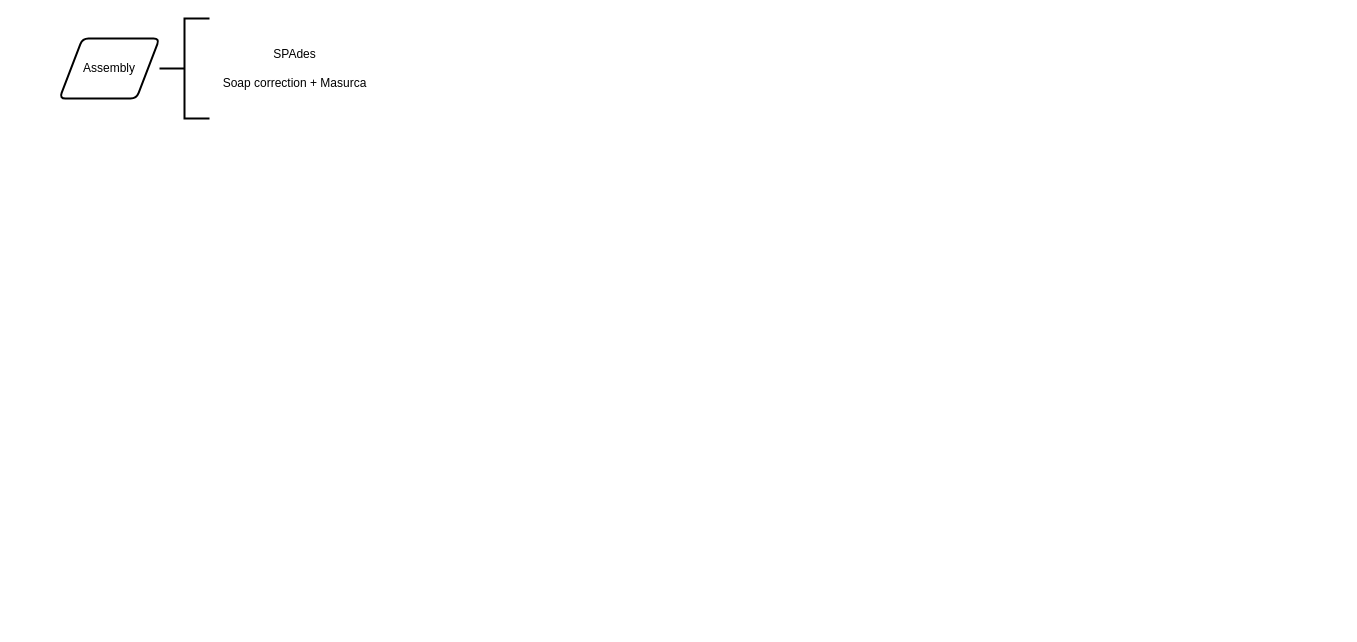
Before: Untitled Diagram.drawio in acarolinao/planets, a draw.io diagram. Source tidied: cells renumbered, new cells numbered last; positions are measured from the earlier drawing's top-left corner, leaving out a move shared by most shapes. Both pictures are drawn from the tidied source at 100%, with x=0, y=0 at pixel (59, 18).
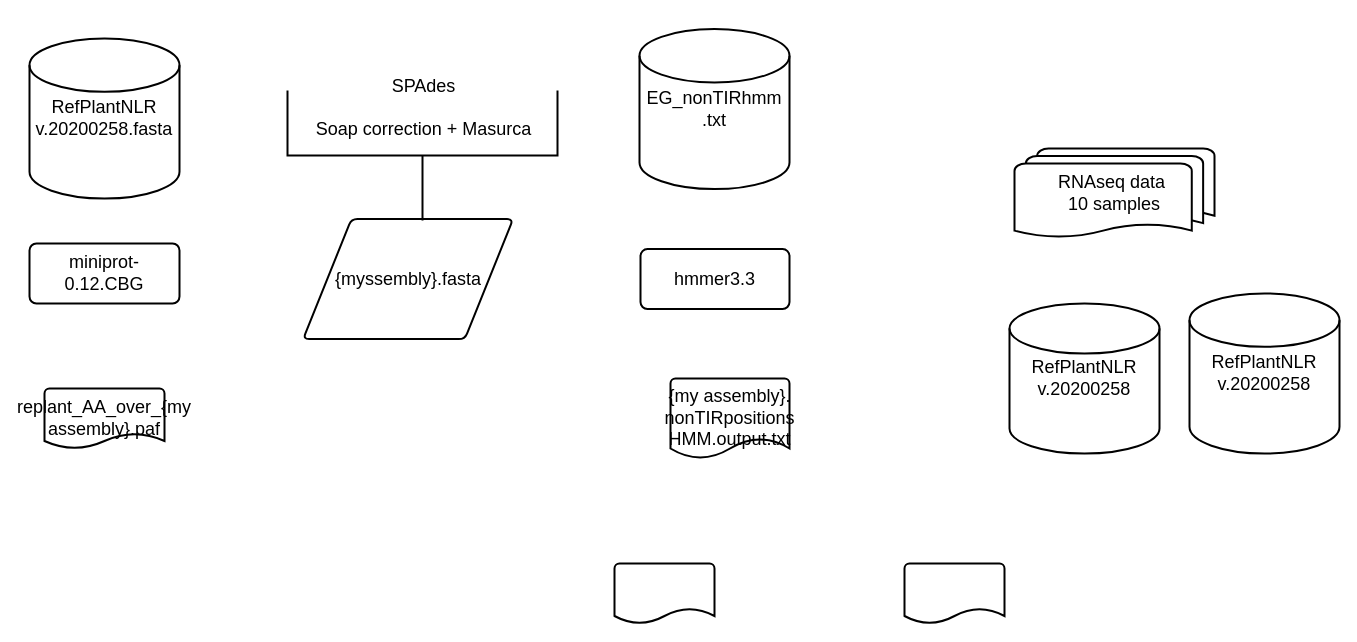
The same diagram, later.

What changed in the source:
```diff
@@
 <mxGraphModel>
   <root>
     <mxCell id="0" />
     <mxCell id="1" parent="0" />
-    <mxCell id="2" value="Assembly" style="shape=parallelogram;html=1;strokeWidth=2;perimeter=parallelogramPerimeter;whiteSpace=wrap;rounded=1;arcSize=12;size=0.23;" parent="1" vertex="1">
-      <mxGeometry y="20" width="100" height="60" as="geometry" />
+    <mxCell id="2" value="&lt;font style=&quot;font-size: 18px;&quot;&gt;{myssembly}.fasta&lt;/font&gt;" style="shape=parallelogram;html=1;strokeWidth=2;perimeter=parallelogramPerimeter;whiteSpace=wrap;rounded=1;arcSize=12;size=0.23;" parent="1" vertex="1">
+      <mxGeometry x="243.6" y="200.6" width="210" height="120" as="geometry" />
     </mxCell>
-    <mxCell id="3" style="strokeWidth=2;html=1;shape=mxgraph.flowchart.annotation_2;align=left;labelPosition=right;" parent="1" vertex="1">
-      <mxGeometry x="100" width="50" height="100" as="geometry" />
+    <mxCell id="3" style="strokeWidth=2;html=1;shape=mxgraph.flowchart.annotation_2;align=left;labelPosition=right;rotation=-90;" parent="1" vertex="1">
+      <mxGeometry x="298" y="2" width="130" height="270" as="geometry" />
     </mxCell>
-    <mxCell id="4" value="SPAdes&lt;br&gt;&lt;br&gt;Soap correction + Masurca" style="text;html=1;align=center;verticalAlign=middle;strokeColor=none;fillColor=none;" parent="1" vertex="1">
-      <mxGeometry x="150" y="20" width="170" height="60" as="geometry" />
+    <mxCell id="4" value="&lt;font style=&quot;font-size: 18px;&quot;&gt;SPAdes&lt;br&gt;&lt;br&gt;Soap correction + Masurca&lt;/font&gt;" style="text;html=1;align=center;verticalAlign=middle;strokeColor=none;fillColor=none;" parent="1" vertex="1">
+      <mxGeometry x="243.6" y="50" width="240" height="80" as="geometry" />
     </mxCell>
+    <mxCell id="5" style="strokeWidth=2;html=1;shape=mxgraph.flowchart.document2;whiteSpace=wrap;size=0.25;" parent="1" vertex="1">
+      <mxGeometry x="845" y="545" width="100" height="60" as="geometry" />
+    </mxCell>
+    <mxCell id="6" style="strokeWidth=2;html=1;shape=mxgraph.flowchart.document2;whiteSpace=wrap;size=0.25;" parent="1" vertex="1">
+      <mxGeometry x="555" y="545" width="100" height="60" as="geometry" />
+    </mxCell>
+    <mxCell id="7" value="&lt;font style=&quot;font-size: 18px;&quot;&gt;{my assembly}.&lt;br&gt;nonTIRpositions&lt;br&gt;HMM.output.txt&lt;/font&gt;" style="strokeWidth=2;html=1;shape=mxgraph.flowchart.document2;whiteSpace=wrap;size=0.25;" parent="1" vertex="1">
+      <mxGeometry x="611" y="360" width="119" height="80" as="geometry" />
+    </mxCell>
+    <mxCell id="8" value="&lt;font style=&quot;font-size: 18px;&quot;&gt;replant_AA_over_{my assembly}.paf&lt;/font&gt;" style="strokeWidth=2;html=1;shape=mxgraph.flowchart.document2;whiteSpace=wrap;size=0.25;" parent="1" vertex="1">
+      <mxGeometry x="-15" y="370" width="120" height="60" as="geometry" />
+    </mxCell>
+    <mxCell id="9" value="&lt;font style=&quot;font-size: 18px;&quot;&gt;RefPlantNLR&lt;br&gt;v.20200258.fasta&lt;/font&gt;" style="strokeWidth=2;html=1;shape=mxgraph.flowchart.database;whiteSpace=wrap;" parent="1" vertex="1">
+      <mxGeometry x="-30" y="20" width="150" height="160" as="geometry" />
+    </mxCell>
+    <mxCell id="10" value="&lt;font style=&quot;font-size: 18px;&quot;&gt;RefPlantNLR&lt;br&gt;v.20200258&lt;/font&gt;" style="strokeWidth=2;html=1;shape=mxgraph.flowchart.database;whiteSpace=wrap;" parent="1" vertex="1">
+      <mxGeometry x="1130" y="275" width="150" height="160" as="geometry" />
+    </mxCell>
+    <mxCell id="11" value="&lt;font style=&quot;font-size: 18px;&quot;&gt;RefPlantNLR&lt;br&gt;v.20200258&lt;/font&gt;" style="strokeWidth=2;html=1;shape=mxgraph.flowchart.database;whiteSpace=wrap;" parent="1" vertex="1">
+      <mxGeometry x="950" y="285" width="150" height="150" as="geometry" />
+    </mxCell>
+    <mxCell id="12" value="&lt;font style=&quot;font-size: 18px;&quot;&gt;EG_nonTIRhmm .txt&lt;/font&gt;" style="strokeWidth=2;html=1;shape=mxgraph.flowchart.database;whiteSpace=wrap;" parent="1" vertex="1">
+      <mxGeometry x="580" y="10.6" width="150" height="160" as="geometry" />
+    </mxCell>
+    <mxCell id="13" value="&lt;font style=&quot;font-size: 18px;&quot;&gt;miniprot-0.12.CBG&lt;/font&gt;" style="rounded=1;whiteSpace=wrap;html=1;absoluteArcSize=1;arcSize=14;strokeWidth=2;" parent="1" vertex="1">
+      <mxGeometry x="-30" y="225" width="150" height="60" as="geometry" />
+    </mxCell>
+    <mxCell id="14" value="&lt;font style=&quot;font-size: 18px;&quot;&gt;hmmer3.3&lt;/font&gt;" style="rounded=1;whiteSpace=wrap;html=1;absoluteArcSize=1;arcSize=14;strokeWidth=2;" parent="1" vertex="1">
+      <mxGeometry x="581" y="230.6" width="149" height="60" as="geometry" />
+    </mxCell>
+    <mxCell id="15" value="&lt;font style=&quot;font-size: 18px;&quot;&gt;RNAseq data&amp;nbsp;&lt;br&gt;10 samples&lt;br&gt;&lt;/font&gt;" style="strokeWidth=2;html=1;shape=mxgraph.flowchart.multi-document;whiteSpace=wrap;" parent="1" vertex="1">
+      <mxGeometry x="955" y="130" width="200" height="90" as="geometry" />
+    </mxCell>
   </root>
 </mxGraphModel>
```
